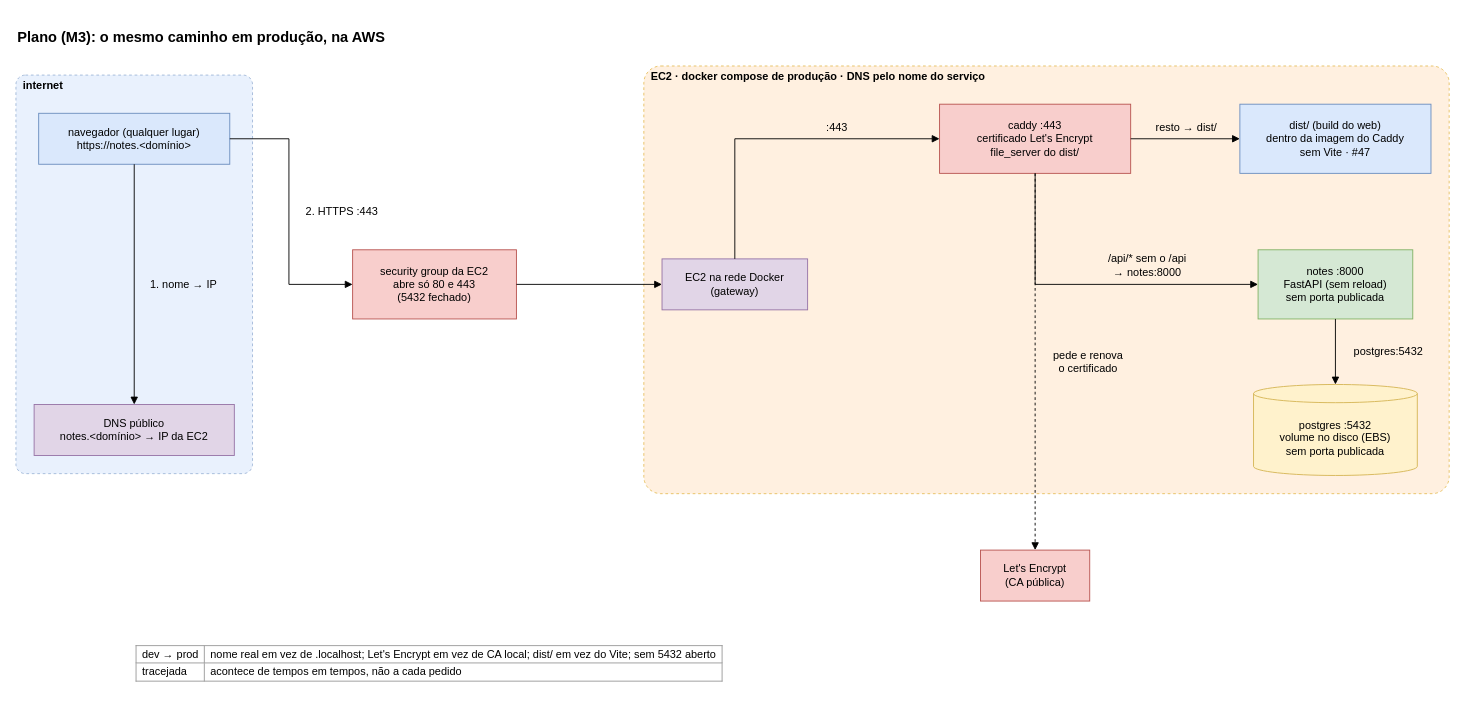
Earlier version of the draw.io diagram ai/kb/diagramas/caddy-em-producao.drawio (LuccaRh/NoteProject). Source tidied: cells renumbered, new cells numbered last; positions are measured from the earlier drawing's top-left corner, leaving out a move shared by most shapes. Both pictures are drawn from the tidied source at 91%, with x=0, y=0 at pixel (15, 25).
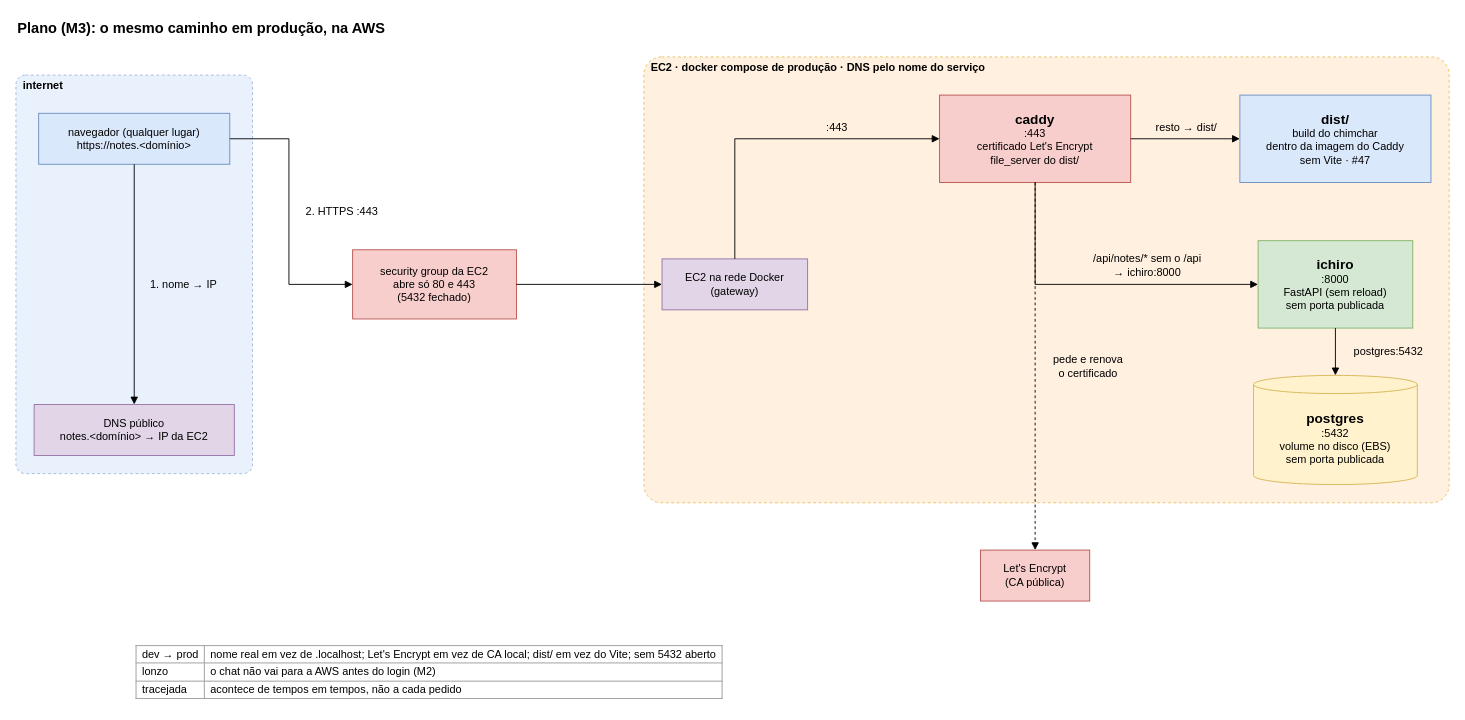
After the change.

What changed in the source:
```diff
@@
     <mxCell id="2" value="Plano (M3): o mesmo caminho em produção, na AWS" style="text;html=1;align=left;verticalAlign=middle;fontSize=16;fontStyle=1;" parent="1" vertex="1">
-      <mxGeometry width="448" height="26" as="geometry" />
+      <mxGeometry y="-10" width="448" height="26" as="geometry" />
     </mxCell>
     <mxCell id="3" style="rounded=1;arcSize=4;dashed=1;html=1;fontSize=12;fillColor=#ffe6cc;strokeColor=#d79b00;opacity=60;" parent="1" vertex="1">
-      <mxGeometry x="690" y="45" width="885" height="470" as="geometry" />
+      <mxGeometry x="690" y="35" width="885" height="490" as="geometry" />
     </mxCell>
@@
-    <mxCell id="9" value="caddy :443&lt;br&gt;certificado Let's Encrypt&lt;br&gt;file_server do dist/" style="html=1;whiteSpace=wrap;fontSize=12;rounded=0;fillColor=#f8cecc;strokeColor=#b85450;" parent="1" vertex="1">
-      <mxGeometry x="1015" y="87" width="210" height="76" as="geometry" />
+    <mxCell id="9" value="&lt;font style='font-size:15px'&gt;&lt;b&gt;caddy&lt;/b&gt;&lt;/font&gt;&lt;br&gt;:443&lt;br&gt;certificado Let's Encrypt&lt;br&gt;file_server do dist/" style="html=1;whiteSpace=wrap;fontSize=12;rounded=0;fillColor=#f8cecc;strokeColor=#b85450;" parent="1" vertex="1">
+      <mxGeometry x="1015" y="77" width="210" height="96" as="geometry" />
     </mxCell>
-    <mxCell id="10" value="dist/ (build do web)&lt;br&gt;dentro da imagem do Caddy&lt;br&gt;sem Vite · #47" style="html=1;whiteSpace=wrap;fontSize=12;rounded=0;fillColor=#dae8fc;strokeColor=#6c8ebf;" parent="1" vertex="1">
-      <mxGeometry x="1345" y="87" width="210" height="76" as="geometry" />
+    <mxCell id="10" value="&lt;font style='font-size:15px'&gt;&lt;b&gt;dist/&lt;/b&gt;&lt;/font&gt;&lt;br&gt;build do chimchar&lt;br&gt;dentro da imagem do Caddy&lt;br&gt;sem Vite · #47" style="html=1;whiteSpace=wrap;fontSize=12;rounded=0;fillColor=#dae8fc;strokeColor=#6c8ebf;" parent="1" vertex="1">
+      <mxGeometry x="1345" y="77" width="210" height="96" as="geometry" />
     </mxCell>
-    <mxCell id="11" value="notes :8000&lt;br&gt;FastAPI (sem reload)&lt;br&gt;sem porta publicada" style="html=1;whiteSpace=wrap;fontSize=12;rounded=0;fillColor=#d5e8d4;strokeColor=#82b366;" parent="1" vertex="1">
-      <mxGeometry x="1365" y="247" width="170" height="76" as="geometry" />
+    <mxCell id="11" value="&lt;font style='font-size:15px'&gt;&lt;b&gt;ichiro&lt;/b&gt;&lt;/font&gt;&lt;br&gt;:8000&lt;br&gt;FastAPI (sem reload)&lt;br&gt;sem porta publicada" style="html=1;whiteSpace=wrap;fontSize=12;rounded=0;fillColor=#d5e8d4;strokeColor=#82b366;" parent="1" vertex="1">
+      <mxGeometry x="1365" y="237" width="170" height="96" as="geometry" />
     </mxCell>
-    <mxCell id="12" value="postgres :5432&lt;br&gt;volume no disco (EBS)&lt;br&gt;sem porta publicada" style="html=1;whiteSpace=wrap;fontSize=12;shape=cylinder3;boundedLbl=1;backgroundOutline=1;size=10;fillColor=#fff2cc;strokeColor=#d6b656;" parent="1" vertex="1">
-      <mxGeometry x="1360" y="395" width="180" height="100" as="geometry" />
+    <mxCell id="12" value="&lt;font style='font-size:15px'&gt;&lt;b&gt;postgres&lt;/b&gt;&lt;/font&gt;&lt;br&gt;:5432&lt;br&gt;volume no disco (EBS)&lt;br&gt;sem porta publicada" style="html=1;whiteSpace=wrap;fontSize=12;shape=cylinder3;boundedLbl=1;backgroundOutline=1;size=10;fillColor=#fff2cc;strokeColor=#d6b656;" parent="1" vertex="1">
+      <mxGeometry x="1360" y="385" width="180" height="120" as="geometry" />
     </mxCell>
@@
     <mxCell id="19" style="html=1;rounded=0;endArrow=block;endFill=1;startArrow=none;" parent="1" edge="1">
       <mxGeometry relative="1" as="geometry">
-        <mxPoint x="1120" y="163" as="sourcePoint" />
+        <mxPoint x="1120" y="173" as="sourcePoint" />
         <mxPoint x="1365" y="285" as="targetPoint" />
         <Array as="points">
           <mxPoint x="1120" y="285" />
         </Array>
       </mxGeometry>
     </mxCell>
     <mxCell id="20" style="html=1;rounded=0;endArrow=block;endFill=1;startArrow=none;" parent="1" edge="1">
       <mxGeometry relative="1" as="geometry">
-        <mxPoint x="1450" y="323" as="sourcePoint" />
-        <mxPoint x="1450" y="395" as="targetPoint" />
+        <mxPoint x="1450" y="333" as="sourcePoint" />
+        <mxPoint x="1450" y="385" as="targetPoint" />
       </mxGeometry>
     </mxCell>
     <mxCell id="21" style="html=1;rounded=0;endArrow=block;endFill=1;startArrow=none;dashed=1;" parent="1" edge="1">
       <mxGeometry relative="1" as="geometry">
-        <mxPoint x="1120" y="163" as="sourcePoint" />
+        <mxPoint x="1120" y="173" as="sourcePoint" />
         <mxPoint x="1120" y="577" as="targetPoint" />
       </mxGeometry>
     </mxCell>
@@
     <mxCell id="23" value="&lt;b&gt;EC2 · docker compose de produção · DNS pelo nome do serviço&lt;/b&gt;" style="text;html=1;align=left;verticalAlign=middle;fontSize=12;" parent="1" vertex="1">
-      <mxGeometry x="696" y="48" width="429" height="18" as="geometry" />
+      <mxGeometry x="696" y="38" width="429" height="18" as="geometry" />
     </mxCell>
@@
-    <mxCell id="28" value="/api/* sem o /api&lt;br&gt;→ notes:8000" style="text;html=1;align=center;verticalAlign=middle;fontSize=12;" parent="1" vertex="1">
-      <mxGeometry x="1175" y="246" width="135" height="36" as="geometry" />
+    <mxCell id="28" value="/api/notes/* sem o /api&lt;br&gt;→ ichiro:8000" style="text;html=1;align=center;verticalAlign=middle;fontSize=12;" parent="1" vertex="1">
+      <mxGeometry x="1154" y="246" width="177" height="36" as="geometry" />
     </mxCell>
@@
     <mxCell id="30" value="pede e renova&lt;br&gt;o certificado" style="text;html=1;align=center;verticalAlign=middle;fontSize=12;" parent="1" vertex="1">
-      <mxGeometry x="1124" y="352" width="107" height="36" as="geometry" />
+      <mxGeometry x="1124" y="357" width="107" height="36" as="geometry" />
     </mxCell>
-    <mxCell id="31" value="&lt;table style=&quot;border-collapse:collapse;font-size:12px&quot;&gt;&lt;tr&gt;&lt;td style=&quot;border:1px solid #999;padding:2px 6px;text-align:left&quot;&gt;dev → prod&lt;/td&gt;&lt;td style=&quot;border:1px solid #999;padding:2px 6px;text-align:left&quot;&gt;nome real em vez de .localhost; Let&amp;#x27;s Encrypt em vez de CA local; dist/ em vez do Vite; sem 5432 aberto&lt;/td&gt;&lt;/tr&gt;&lt;tr&gt;&lt;td style=&quot;border:1px solid #999;padding:2px 6px;text-align:left&quot;&gt;tracejada&lt;/td&gt;&lt;td style=&quot;border:1px solid #999;padding:2px 6px;text-align:left&quot;&gt;acontece de tempos em tempos, não a cada pedido&lt;/td&gt;&lt;/tr&gt;&lt;/table&gt;" style="text;html=1;align=left;verticalAlign=top;whiteSpace=wrap;fontSize=12;" parent="1" vertex="1">
-      <mxGeometry x="130" y="675" width="843" height="50" as="geometry" />
+    <mxCell id="31" value="&lt;table style=&quot;border-collapse:collapse;font-size:12px&quot;&gt;&lt;tr&gt;&lt;td style=&quot;border:1px solid #999;padding:2px 6px;text-align:left&quot;&gt;dev → prod&lt;/td&gt;&lt;td style=&quot;border:1px solid #999;padding:2px 6px;text-align:left&quot;&gt;nome real em vez de .localhost; Let&amp;#x27;s Encrypt em vez de CA local; dist/ em vez do Vite; sem 5432 aberto&lt;/td&gt;&lt;/tr&gt;&lt;tr&gt;&lt;td style=&quot;border:1px solid #999;padding:2px 6px;text-align:left&quot;&gt;lonzo&lt;/td&gt;&lt;td style=&quot;border:1px solid #999;padding:2px 6px;text-align:left&quot;&gt;o chat não vai para a AWS antes do login (M2)&lt;/td&gt;&lt;/tr&gt;&lt;tr&gt;&lt;td style=&quot;border:1px solid #999;padding:2px 6px;text-align:left&quot;&gt;tracejada&lt;/td&gt;&lt;td style=&quot;border:1px solid #999;padding:2px 6px;text-align:left&quot;&gt;acontece de tempos em tempos, não a cada pedido&lt;/td&gt;&lt;/tr&gt;&lt;/table&gt;" style="text;html=1;align=left;verticalAlign=top;whiteSpace=wrap;fontSize=12;" parent="1" vertex="1">
+      <mxGeometry x="130" y="675" width="843" height="72" as="geometry" />
     </mxCell>
```
